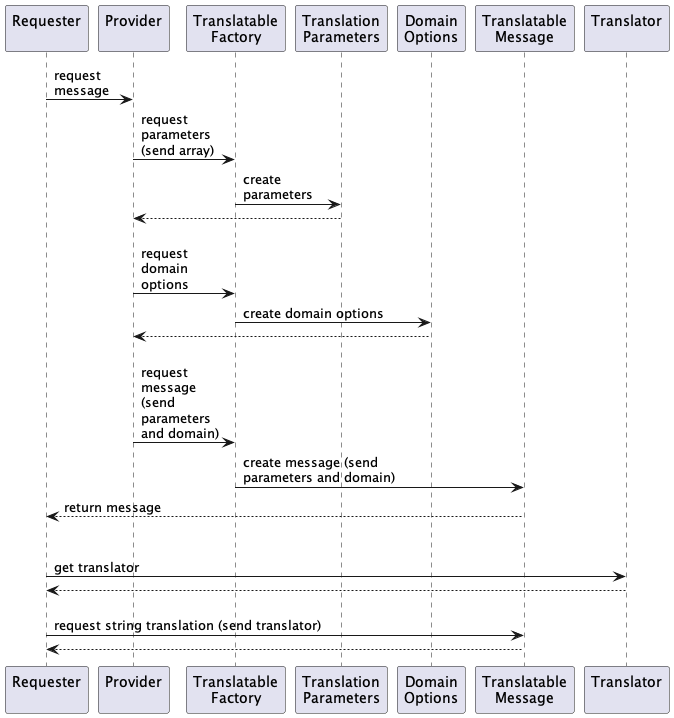
This is docs/translation/sequence.png from php-tuf/composer-stager, a PlantUML export, as it was before one commit. Its source is kept beside it as docs/translation/sequence.puml.
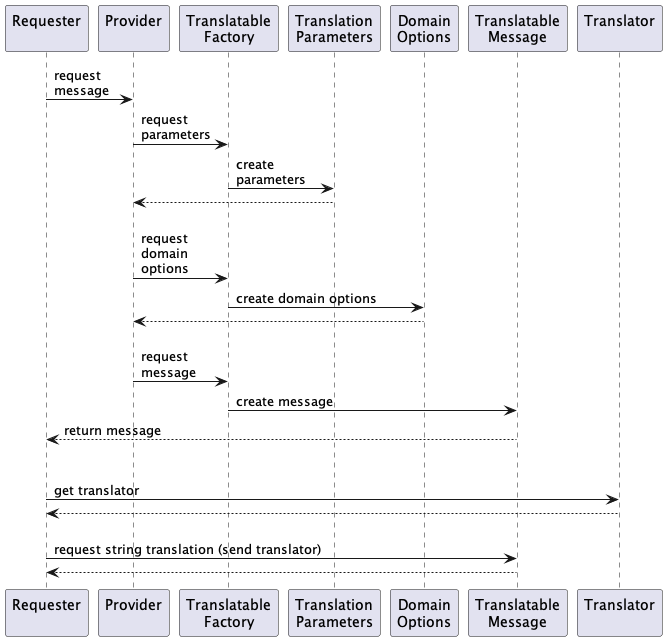
After the change.

Commit message:
Simplify translation sequence diagram slightly. [skip ci]

Change to the diagram source:
```diff
@@ -4,14 +4,14 @@
 !include ../resources/settings.puml
 
 "Requester\n" as Requester -> "Provider\n" as Provider : request\nmessage
-Provider -> "Translatable\nFactory" as TranslatableFactory : request\nparameters\n(send array)
+Provider -> "Translatable\nFactory" as TranslatableFactory : request\nparameters
 TranslatableFactory -> "Translation\nParameters" as TranslationParameters : create\nparameters
 TranslationParameters --> Provider
 Provider -> TranslatableFactory : \nrequest\ndomain\noptions
 TranslatableFactory -> "Domain\nOptions" as DomainOptions : create domain options
 DomainOptions --> Provider
-Provider -> TranslatableFactory : \nrequest\nmessage\n(send\nparameters\nand domain)
-TranslatableFactory -> "Translatable\nMessage" as TranslatableMessage : create message (send\nparameters and domain)
+Provider -> TranslatableFactory : \nrequest\nmessage
+TranslatableFactory -> "Translatable\nMessage" as TranslatableMessage : create message
 TranslatableMessage --> Requester : return message
 Requester -> "Translator\n" as Translator : \n\nget translator
 Translator --> Requester
```
